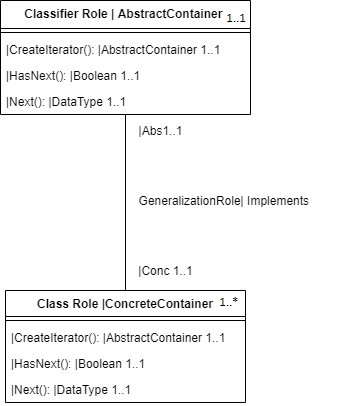
Above: HW-4/report/pics/iterator-rbml.png in nathanstouffer/soft-eng-2 (draw.io), before the change. Source tidied: cells renumbered, new cells last; positions are measured from the earlier drawing's top-left corner, leaving out a move shared by most shapes.
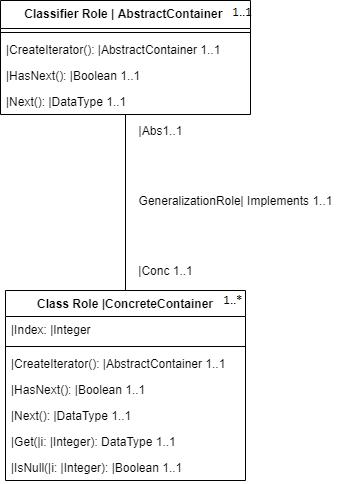
Later version of the same file.

The edit, as a diff of the source:
```diff
@@ -21,20 +21,29 @@
       <mxGeometry y="88" width="250" height="26" as="geometry" />
     </mxCell>
     <mxCell id="8" value="Class Role |ConcreteContainer" style="swimlane;fontStyle=1;align=center;verticalAlign=top;horizontal=1;startSize=26;" parent="1" vertex="1">
-      <mxGeometry x="5" y="290" width="240" height="112" as="geometry" />
+      <mxGeometry x="5" y="290" width="240" height="190" as="geometry" />
     </mxCell>
+    <mxCell id="16" value="|Index: |Integer" style="text;strokeColor=none;fillColor=none;align=left;verticalAlign=top;spacingLeft=4;spacingRight=4;overflow=hidden;" parent="8" vertex="1">
+      <mxGeometry y="26" width="240" height="26" as="geometry" />
+    </mxCell>
     <mxCell id="9" style="line;strokeWidth=1;fillColor=none;align=left;verticalAlign=middle;spacingTop=-1;spacingLeft=3;spacingRight=3;labelPosition=right;" parent="8" vertex="1">
-      <mxGeometry y="26" width="240" height="8" as="geometry" />
+      <mxGeometry y="52" width="240" height="8" as="geometry" />
     </mxCell>
     <mxCell id="10" value="|CreateIterator(): |AbstractContainer 1..1" style="text;strokeColor=none;fillColor=none;align=left;verticalAlign=top;spacingLeft=4;spacingRight=4;overflow=hidden;" parent="8" vertex="1">
-      <mxGeometry y="34" width="240" height="26" as="geometry" />
+      <mxGeometry y="60" width="240" height="26" as="geometry" />
     </mxCell>
     <mxCell id="11" value="|HasNext(): |Boolean 1..1" style="text;strokeColor=none;fillColor=none;align=left;verticalAlign=top;spacingLeft=4;spacingRight=4;overflow=hidden;" parent="8" vertex="1">
-      <mxGeometry y="60" width="240" height="26" as="geometry" />
+      <mxGeometry y="86" width="240" height="26" as="geometry" />
     </mxCell>
     <mxCell id="12" value="|Next(): |DataType 1..1" style="text;strokeColor=none;fillColor=none;align=left;verticalAlign=top;spacingLeft=4;spacingRight=4;overflow=hidden;" parent="8" vertex="1">
-      <mxGeometry y="86" width="240" height="26" as="geometry" />
+      <mxGeometry y="112" width="240" height="26" as="geometry" />
     </mxCell>
+    <mxCell id="17" value="|Get(|i: |Integer): DataType 1..1" style="text;strokeColor=none;fillColor=none;align=left;verticalAlign=top;spacingLeft=4;spacingRight=4;overflow=hidden;" parent="8" vertex="1">
+      <mxGeometry y="138" width="240" height="26" as="geometry" />
+    </mxCell>
+    <mxCell id="18" value="|IsNull(|i: |Integer): |Boolean 1..1" style="text;strokeColor=none;fillColor=none;align=left;verticalAlign=top;spacingLeft=4;spacingRight=4;overflow=hidden;" parent="8" vertex="1">
+      <mxGeometry y="164" width="240" height="26" as="geometry" />
+    </mxCell>
     <mxCell id="13" value="GeneralizationRole| Implements 1..1" style="text;html=1;align=center;verticalAlign=middle;" parent="1" vertex="1">
       <mxGeometry x="130" y="190" width="210" height="20" as="geometry" />
     </mxCell>
```
